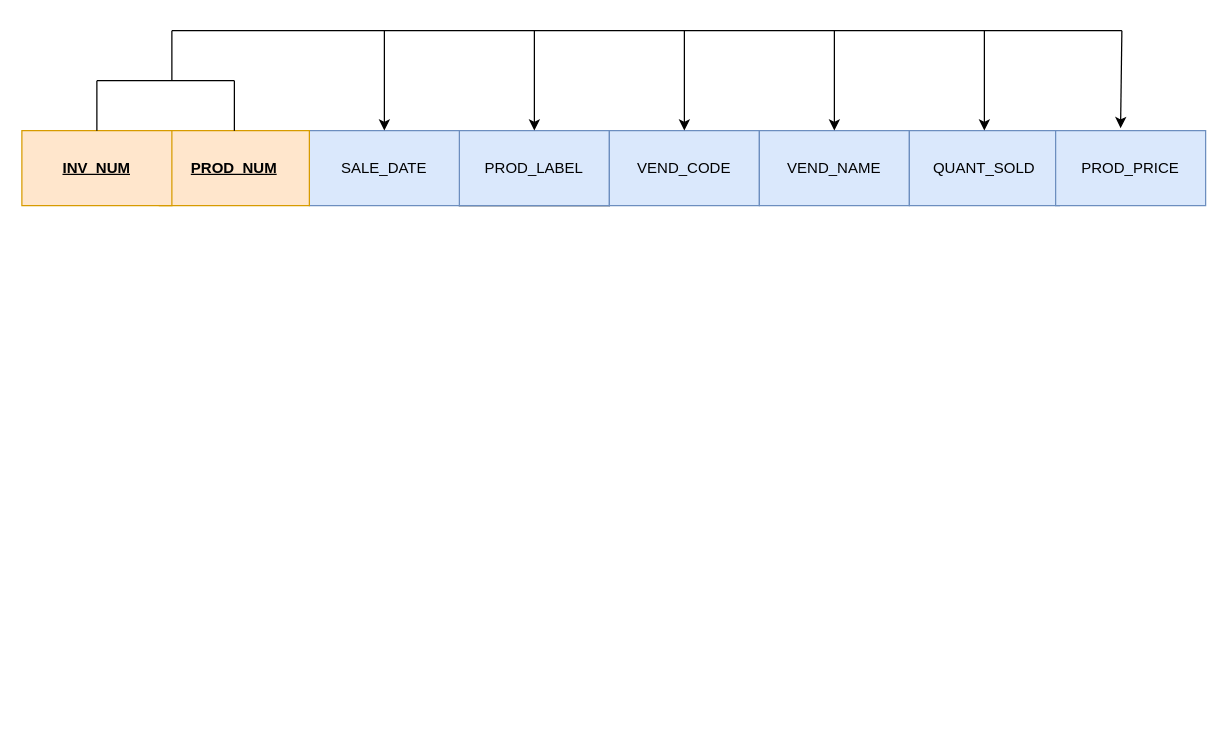
The draw.io diagram Untitled Diagram.drawio in evanchime/Algorithms, before the edit. Source tidied: cells renumbered, new cells numbered last; positions are measured from the earlier drawing's top-left corner, leaving out a move shared by most shapes. Both pictures are drawn from the tidied source at 125%, with x=0, y=0 at pixel (21, 30).
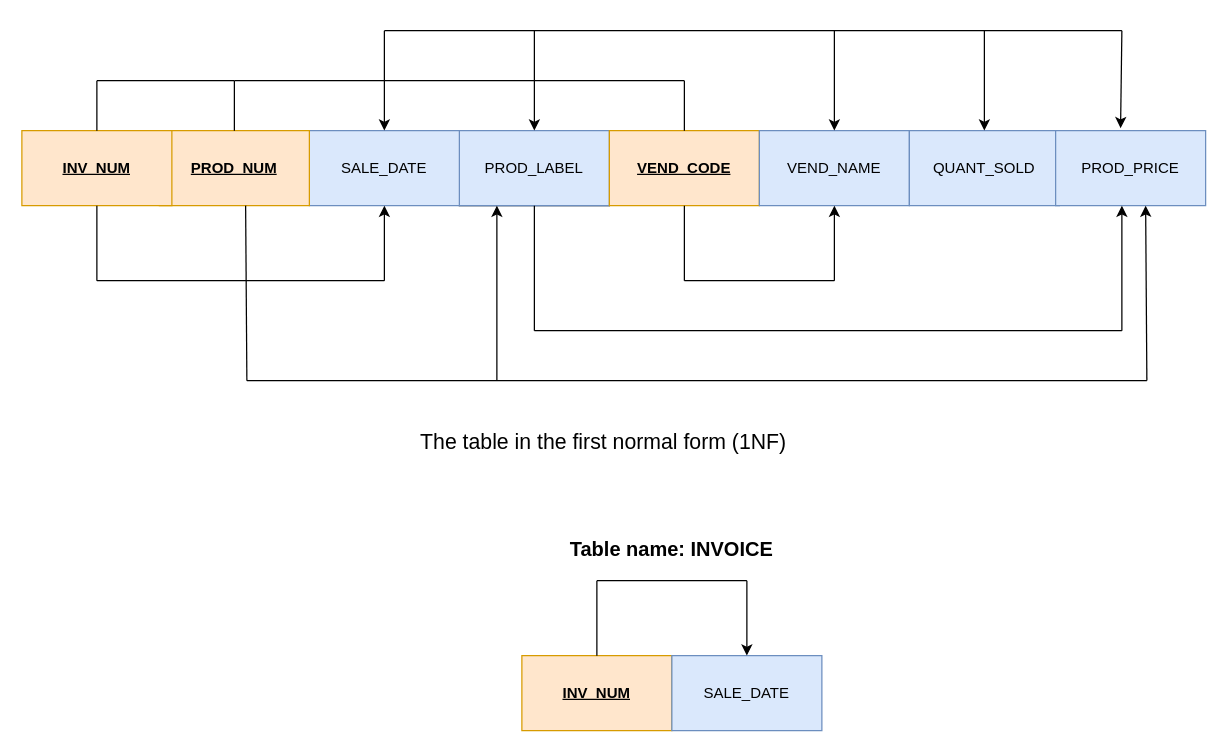
Above is the later version.

Change to the diagram source:
```diff
@@
-    <mxCell id="2" style="rounded=0;whiteSpace=wrap;html=1;" parent="1" vertex="1">
+    <mxCell id="2" style="rounded=0;whiteSpace=wrap;html=1;verticalAlign=middle;labelPosition=center;verticalLabelPosition=middle;align=center;" parent="1" vertex="1">
       <mxGeometry x="350" y="80" width="120" height="60" as="geometry" />
     </mxCell>
-    <mxCell id="3" value="PROD_LABEL" style="rounded=0;whiteSpace=wrap;html=1;fillColor=#dae8fc;strokeColor=#6c8ebf;" parent="1" vertex="1">
+    <mxCell id="3" value="PROD_LABEL" style="rounded=0;whiteSpace=wrap;html=1;fillColor=#dae8fc;strokeColor=#6c8ebf;verticalAlign=middle;labelPosition=center;verticalLabelPosition=middle;align=center;" parent="1" vertex="1">
       <mxGeometry x="350" y="80" width="120" height="60" as="geometry" />
     </mxCell>
-    <mxCell id="4" value="VEND_CODE" style="rounded=0;whiteSpace=wrap;html=1;fillColor=#dae8fc;strokeColor=#6c8ebf;" parent="1" vertex="1">
+    <mxCell id="4" value="&lt;b&gt;&lt;u&gt;VEND_CODE&lt;/u&gt;&lt;/b&gt;" style="rounded=0;whiteSpace=wrap;html=1;fillColor=#ffe6cc;strokeColor=#d79b00;verticalAlign=middle;labelPosition=center;verticalLabelPosition=middle;align=center;" parent="1" vertex="1">
       <mxGeometry x="470" y="80" width="120" height="60" as="geometry" />
     </mxCell>
-    <mxCell id="5" value="SALE_DATE" style="rounded=0;whiteSpace=wrap;html=1;fillColor=#dae8fc;strokeColor=#6c8ebf;" parent="1" vertex="1">
+    <mxCell id="5" value="SALE_DATE" style="rounded=0;whiteSpace=wrap;html=1;fillColor=#dae8fc;strokeColor=#6c8ebf;verticalAlign=middle;labelPosition=center;verticalLabelPosition=middle;align=center;" parent="1" vertex="1">
       <mxGeometry x="230" y="80" width="120" height="60" as="geometry" />
     </mxCell>
-    <mxCell id="6" value="&lt;b&gt;&lt;u&gt;PROD_NUM&lt;/u&gt;&lt;/b&gt;" style="rounded=0;whiteSpace=wrap;html=1;fillColor=#ffe6cc;strokeColor=#d79b00;" parent="1" vertex="1">
+    <mxCell id="6" value="&lt;b&gt;&lt;u&gt;PROD_NUM&lt;/u&gt;&lt;/b&gt;" style="rounded=0;whiteSpace=wrap;html=1;fillColor=#ffe6cc;strokeColor=#d79b00;verticalAlign=middle;labelPosition=center;verticalLabelPosition=middle;align=center;" parent="1" vertex="1">
       <mxGeometry x="110" y="80" width="120" height="60" as="geometry" />
     </mxCell>
-    <mxCell id="7" value="&lt;b&gt;&lt;u&gt;INV_NUM&lt;/u&gt;&lt;/b&gt;" style="rounded=0;whiteSpace=wrap;html=1;fillColor=#ffe6cc;strokeColor=#d79b00;" parent="1" vertex="1">
+    <mxCell id="7" value="&lt;b&gt;&lt;u&gt;INV_NUM&lt;/u&gt;&lt;/b&gt;" style="rounded=0;whiteSpace=wrap;html=1;fillColor=#ffe6cc;strokeColor=#d79b00;verticalAlign=middle;labelPosition=center;verticalLabelPosition=middle;align=center;" parent="1" vertex="1">
       <mxGeometry y="80" width="120" height="60" as="geometry" />
     </mxCell>
-    <mxCell id="8" value="VEND_NAME" style="rounded=0;whiteSpace=wrap;html=1;fillColor=#dae8fc;strokeColor=#6c8ebf;" parent="1" vertex="1">
+    <mxCell id="8" value="VEND_NAME" style="rounded=0;whiteSpace=wrap;html=1;fillColor=#dae8fc;strokeColor=#6c8ebf;verticalAlign=middle;labelPosition=center;verticalLabelPosition=middle;align=center;" parent="1" vertex="1">
       <mxGeometry x="590" y="80" width="120" height="60" as="geometry" />
     </mxCell>
-    <mxCell id="9" value="QUANT_SOLD" style="rounded=0;whiteSpace=wrap;html=1;fillColor=#dae8fc;strokeColor=#6c8ebf;" parent="1" vertex="1">
+    <mxCell id="9" value="QUANT_SOLD" style="rounded=0;whiteSpace=wrap;html=1;fillColor=#dae8fc;strokeColor=#6c8ebf;verticalAlign=middle;labelPosition=center;verticalLabelPosition=middle;align=center;" parent="1" vertex="1">
       <mxGeometry x="710" y="80" width="120" height="60" as="geometry" />
     </mxCell>
-    <mxCell id="10" value="PROD_PRICE" style="rounded=0;whiteSpace=wrap;html=1;fillColor=#dae8fc;strokeColor=#6c8ebf;" parent="1" vertex="1">
+    <mxCell id="10" value="PROD_PRICE" style="rounded=0;whiteSpace=wrap;html=1;fillColor=#dae8fc;strokeColor=#6c8ebf;verticalAlign=middle;labelPosition=center;verticalLabelPosition=middle;align=center;" parent="1" vertex="1">
       <mxGeometry x="827" y="80" width="120" height="60" as="geometry" />
     </mxCell>
-    <mxCell id="11" style="endArrow=none;html=1;rounded=0;exitX=0.5;exitY=0;exitDx=0;exitDy=0;" parent="1" edge="1" source="7">
+    <mxCell id="11" style="endArrow=none;html=1;rounded=0;exitX=0.5;exitY=0;exitDx=0;exitDy=0;verticalAlign=middle;labelPosition=center;verticalLabelPosition=middle;align=center;" parent="1" edge="1" source="7">
       <mxGeometry relative="1" as="geometry">
         <mxPoint x="60" y="40" as="targetPoint" />
       </mxGeometry>
     </mxCell>
-    <mxCell id="12" style="endArrow=none;html=1;rounded=0;" parent="1" edge="1">
+    <mxCell id="12" style="endArrow=none;html=1;rounded=0;verticalAlign=middle;labelPosition=center;verticalLabelPosition=middle;align=center;" parent="1" edge="1">
       <mxGeometry relative="1" as="geometry">
         <mxPoint x="60" y="40" as="sourcePoint" />
         <mxPoint x="170" y="40" as="targetPoint" />
       </mxGeometry>
     </mxCell>
-    <mxCell id="13" style="endArrow=none;html=1;rounded=0;exitX=0.5;exitY=0;exitDx=0;exitDy=0;" parent="1" edge="1" source="6">
+    <mxCell id="13" style="endArrow=none;html=1;rounded=0;exitX=0.5;exitY=0;exitDx=0;exitDy=0;verticalAlign=middle;labelPosition=center;verticalLabelPosition=middle;align=center;" parent="1" edge="1" source="6">
       <mxGeometry relative="1" as="geometry">
         <mxPoint x="170" y="40" as="targetPoint" />
       </mxGeometry>
     </mxCell>
-    <mxCell id="14" style="endArrow=none;html=1;rounded=0;" parent="1" edge="1">
-      <mxGeometry relative="1" as="geometry">
-        <mxPoint x="120" y="40" as="sourcePoint" />
-        <mxPoint x="120" as="targetPoint" />
-      </mxGeometry>
-    </mxCell>
-    <mxCell id="15" style="endArrow=none;html=1;rounded=0;" parent="1" edge="1">
+    <mxCell id="15" style="endArrow=none;html=1;rounded=0;verticalAlign=middle;labelPosition=center;verticalLabelPosition=middle;align=center;" parent="1" edge="1">
       <mxGeometry relative="1" as="geometry">
-        <mxPoint x="120" as="sourcePoint" />
+        <mxPoint x="290" as="sourcePoint" />
         <mxPoint x="880" as="targetPoint" />
       </mxGeometry>
     </mxCell>
-    <mxCell id="16" style="endArrow=classic;html=1;rounded=0;entryX=0.433;entryY=-0.033;entryDx=0;entryDy=0;entryPerimeter=0;" parent="1" edge="1" target="10">
+    <mxCell id="16" style="endArrow=classic;html=1;rounded=0;entryX=0.433;entryY=-0.033;entryDx=0;entryDy=0;entryPerimeter=0;verticalAlign=middle;labelPosition=center;verticalLabelPosition=middle;align=center;" parent="1" edge="1" target="10">
       <mxGeometry relative="1" as="geometry">
         <mxPoint x="880" as="sourcePoint" />
       </mxGeometry>
     </mxCell>
-    <mxCell id="17" style="endArrow=classic;html=1;rounded=0;entryX=0.5;entryY=0;entryDx=0;entryDy=0;" parent="1" edge="1" target="5">
+    <mxCell id="17" style="endArrow=classic;html=1;rounded=0;entryX=0.5;entryY=0;entryDx=0;entryDy=0;verticalAlign=middle;labelPosition=center;verticalLabelPosition=middle;align=center;" parent="1" edge="1" target="5">
       <mxGeometry relative="1" as="geometry">
         <mxPoint x="290" as="sourcePoint" />
       </mxGeometry>
     </mxCell>
-    <mxCell id="18" style="endArrow=classic;html=1;rounded=0;" parent="1" edge="1" target="3">
+    <mxCell id="18" style="endArrow=classic;html=1;rounded=0;verticalAlign=middle;labelPosition=center;verticalLabelPosition=middle;align=center;" parent="1" edge="1" target="3">
       <mxGeometry relative="1" as="geometry">
         <mxPoint x="410" as="sourcePoint" />
       </mxGeometry>
     </mxCell>
-    <mxCell id="19" style="endArrow=classic;html=1;rounded=0;entryX=0.5;entryY=0;entryDx=0;entryDy=0;" parent="1" edge="1" target="4">
-      <mxGeometry relative="1" as="geometry">
-        <mxPoint x="530" as="sourcePoint" />
-      </mxGeometry>
-    </mxCell>
-    <mxCell id="20" style="endArrow=classic;html=1;rounded=0;entryX=0.5;entryY=0;entryDx=0;entryDy=0;" parent="1" edge="1" target="8">
+    <mxCell id="20" style="endArrow=classic;html=1;rounded=0;entryX=0.5;entryY=0;entryDx=0;entryDy=0;verticalAlign=middle;labelPosition=center;verticalLabelPosition=middle;align=center;" parent="1" edge="1" target="8">
       <mxGeometry relative="1" as="geometry">
         <mxPoint x="650" as="sourcePoint" />
       </mxGeometry>
     </mxCell>
-    <mxCell id="21" style="endArrow=classic;html=1;rounded=0;entryX=0.5;entryY=0;entryDx=0;entryDy=0;" parent="1" edge="1" target="9">
+    <mxCell id="21" style="endArrow=classic;html=1;rounded=0;entryX=0.5;entryY=0;entryDx=0;entryDy=0;verticalAlign=middle;labelPosition=center;verticalLabelPosition=middle;align=center;" parent="1" edge="1" target="9">
       <mxGeometry relative="1" as="geometry">
         <mxPoint x="770" as="sourcePoint" />
       </mxGeometry>
     </mxCell>
+    <mxCell id="22" style="endArrow=none;html=1;rounded=0;verticalAlign=middle;labelPosition=center;verticalLabelPosition=middle;align=center;" parent="1" edge="1">
+      <mxGeometry relative="1" as="geometry">
+        <mxPoint x="530" y="200" as="sourcePoint" />
+        <mxPoint x="650" y="200" as="targetPoint" />
+      </mxGeometry>
+    </mxCell>
+    <mxCell id="23" style="endArrow=classic;html=1;rounded=0;entryX=0.5;entryY=1;entryDx=0;entryDy=0;verticalAlign=middle;labelPosition=center;verticalLabelPosition=middle;align=center;" parent="1" edge="1" target="8">
+      <mxGeometry relative="1" as="geometry">
+        <mxPoint x="650" y="200" as="sourcePoint" />
+      </mxGeometry>
+    </mxCell>
+    <mxCell id="24" style="endArrow=none;html=1;rounded=0;entryX=0.5;entryY=1;entryDx=0;entryDy=0;verticalAlign=middle;labelPosition=center;verticalLabelPosition=middle;align=center;" parent="1" edge="1" target="4">
+      <mxGeometry relative="1" as="geometry">
+        <mxPoint x="530" y="200" as="sourcePoint" />
+      </mxGeometry>
+    </mxCell>
+    <mxCell id="25" style="endArrow=none;html=1;rounded=0;entryX=0.5;entryY=1;entryDx=0;entryDy=0;verticalAlign=middle;labelPosition=center;verticalLabelPosition=middle;align=center;" parent="1" edge="1" target="3">
+      <mxGeometry relative="1" as="geometry">
+        <mxPoint x="410" y="240" as="sourcePoint" />
+      </mxGeometry>
+    </mxCell>
+    <mxCell id="26" style="endArrow=none;html=1;rounded=0;verticalAlign=middle;labelPosition=center;verticalLabelPosition=middle;align=center;" parent="1" edge="1">
+      <mxGeometry relative="1" as="geometry">
+        <mxPoint x="410" y="240" as="sourcePoint" />
+        <mxPoint x="880" y="240" as="targetPoint" />
+      </mxGeometry>
+    </mxCell>
+    <mxCell id="27" style="endArrow=classic;html=1;rounded=0;verticalAlign=middle;labelPosition=center;verticalLabelPosition=middle;align=center;" parent="1" edge="1">
+      <mxGeometry relative="1" as="geometry">
+        <mxPoint x="880" y="240" as="sourcePoint" />
+        <mxPoint x="880" y="140" as="targetPoint" />
+      </mxGeometry>
+    </mxCell>
+    <mxCell id="28" style="endArrow=none;html=1;rounded=0;verticalAlign=middle;labelPosition=center;verticalLabelPosition=middle;align=center;" parent="1" edge="1">
+      <mxGeometry relative="1" as="geometry">
+        <mxPoint x="180" y="280" as="sourcePoint" />
+        <mxPoint x="179" y="140" as="targetPoint" />
+      </mxGeometry>
+    </mxCell>
+    <mxCell id="29" style="endArrow=none;html=1;rounded=0;verticalAlign=middle;labelPosition=center;verticalLabelPosition=middle;align=center;" parent="1" edge="1">
+      <mxGeometry relative="1" as="geometry">
+        <mxPoint x="180" y="280" as="sourcePoint" />
+        <mxPoint x="900" y="280" as="targetPoint" />
+      </mxGeometry>
+    </mxCell>
+    <mxCell id="30" style="endArrow=classic;html=1;rounded=0;verticalAlign=middle;labelPosition=center;verticalLabelPosition=middle;align=center;" parent="1" edge="1">
+      <mxGeometry relative="1" as="geometry">
+        <mxPoint x="380" y="280" as="sourcePoint" />
+        <mxPoint x="380" y="140" as="targetPoint" />
+      </mxGeometry>
+    </mxCell>
+    <mxCell id="31" style="endArrow=classic;html=1;rounded=0;verticalAlign=middle;labelPosition=center;verticalLabelPosition=middle;align=center;" parent="1" edge="1">
+      <mxGeometry relative="1" as="geometry">
+        <mxPoint x="900" y="280" as="sourcePoint" />
+        <mxPoint x="899" y="140" as="targetPoint" />
+      </mxGeometry>
+    </mxCell>
+    <mxCell id="32" style="endArrow=none;html=1;rounded=0;verticalAlign=middle;labelPosition=center;verticalLabelPosition=middle;align=center;" parent="1" edge="1">
+      <mxGeometry relative="1" as="geometry">
+        <mxPoint x="530" y="80" as="sourcePoint" />
+        <mxPoint x="530" y="40" as="targetPoint" />
+      </mxGeometry>
+    </mxCell>
+    <mxCell id="33" style="endArrow=none;html=1;rounded=0;verticalAlign=middle;labelPosition=center;verticalLabelPosition=middle;align=center;" parent="1" edge="1">
+      <mxGeometry relative="1" as="geometry">
+        <mxPoint x="170" y="40" as="sourcePoint" />
+        <mxPoint x="530" y="40" as="targetPoint" />
+      </mxGeometry>
+    </mxCell>
+    <mxCell id="34" style="endArrow=none;html=1;rounded=0;entryX=0.5;entryY=1;entryDx=0;entryDy=0;verticalAlign=middle;labelPosition=center;verticalLabelPosition=middle;align=center;" parent="1" edge="1" target="7">
+      <mxGeometry relative="1" as="geometry">
+        <mxPoint x="60" y="200" as="sourcePoint" />
+      </mxGeometry>
+    </mxCell>
+    <mxCell id="35" style="endArrow=none;html=1;rounded=0;verticalAlign=middle;labelPosition=center;verticalLabelPosition=middle;align=center;" parent="1" edge="1">
+      <mxGeometry relative="1" as="geometry">
+        <mxPoint x="60" y="200" as="sourcePoint" />
+        <mxPoint x="290" y="200" as="targetPoint" />
+      </mxGeometry>
+    </mxCell>
+    <mxCell id="36" style="endArrow=classic;html=1;rounded=0;entryX=0.5;entryY=1;entryDx=0;entryDy=0;verticalAlign=middle;labelPosition=center;verticalLabelPosition=middle;align=center;" parent="1" edge="1" target="5">
+      <mxGeometry relative="1" as="geometry">
+        <mxPoint x="290" y="200" as="sourcePoint" />
+      </mxGeometry>
+    </mxCell>
+    <mxCell id="37" value="The table in the first normal form (1NF) " style="text;html=1;align=center;verticalAlign=middle;strokeColor=none;fillColor=none;fontSize=17;" parent="1" vertex="1">
+      <mxGeometry x="305" y="315" width="320" height="30" as="geometry" />
+    </mxCell>
+    <mxCell id="38" value="&lt;b&gt;&lt;u&gt;INV_NUM&lt;/u&gt;&lt;/b&gt;" style="rounded=0;whiteSpace=wrap;html=1;fillColor=#ffe6cc;strokeColor=#d79b00;" parent="1" vertex="1">
+      <mxGeometry x="400" y="500" width="120" height="60" as="geometry" />
+    </mxCell>
+    <mxCell id="39" value="SALE_DATE" style="rounded=0;whiteSpace=wrap;html=1;fillColor=#dae8fc;strokeColor=#6c8ebf;" parent="1" vertex="1">
+      <mxGeometry x="520" y="500" width="120" height="60" as="geometry" />
+    </mxCell>
+    <mxCell id="40" style="endArrow=none;html=1;rounded=0;" parent="1" edge="1">
+      <mxGeometry relative="1" as="geometry">
+        <mxPoint x="460" y="500" as="sourcePoint" />
+        <mxPoint x="460" y="440" as="targetPoint" />
+      </mxGeometry>
+    </mxCell>
+    <mxCell id="41" style="endArrow=none;html=1;rounded=0;" parent="1" edge="1">
+      <mxGeometry relative="1" as="geometry">
+        <mxPoint x="460" y="440" as="sourcePoint" />
+        <mxPoint x="580" y="440" as="targetPoint" />
+      </mxGeometry>
+    </mxCell>
+    <mxCell id="42" style="endArrow=classic;html=1;rounded=0;entryX=0.5;entryY=0;entryDx=0;entryDy=0;" parent="1" edge="1" target="39">
+      <mxGeometry relative="1" as="geometry">
+        <mxPoint x="580" y="440" as="sourcePoint" />
+      </mxGeometry>
+    </mxCell>
+    <mxCell id="43" value="&lt;b&gt;&lt;font style=&quot;font-size: 16px;&quot;&gt;Table name: INVOICE&lt;/font&gt;&lt;/b&gt;" style="text;html=1;align=center;verticalAlign=middle;whiteSpace=wrap;rounded=0;" parent="1" vertex="1">
+      <mxGeometry x="420" y="400" width="200" height="30" as="geometry" />
+    </mxCell>
```
